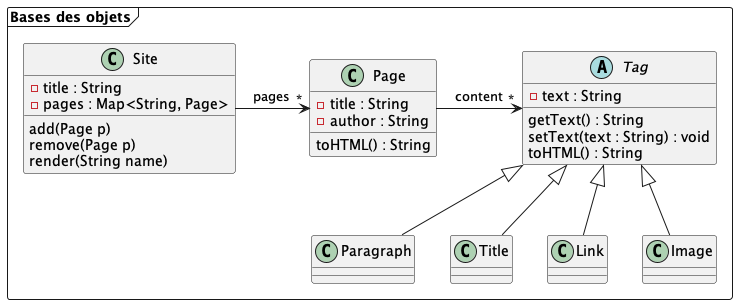
This is Documentation/CMS_UML.png from florentBourgeois/ENSISA2022_CMS, a PlantUML export, as it was before one commit.
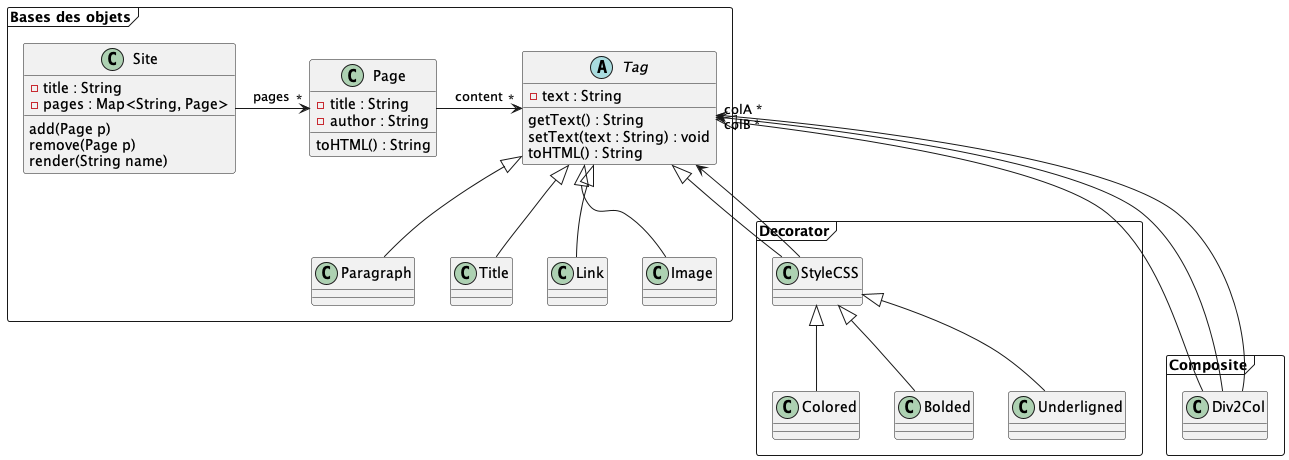
Above is the later version.

Commit message:
Div2Col + StyleCSS

What changed in the source:
```diff
@@ -32,4 +32,27 @@
         render(String name)
     }
 }
+
+package "Composite" <<Frame>> {
+
+    class Div2Col {
+
+    }
+
+    Tag <|--- Div2Col
+    Tag "colA *" <-- Div2Col
+    Tag "colB *" <-- Div2Col
+
+}
+
+package "Decorator" <<Frame>> {
+
+    Tag <|-- StyleCSS
+    Tag <-- StyleCSS
+
+    StyleCSS <|-- Colored
+    StyleCSS <|-- Bolded
+    StyleCSS <|-- Underligned
+
+}
 @enduml
```
